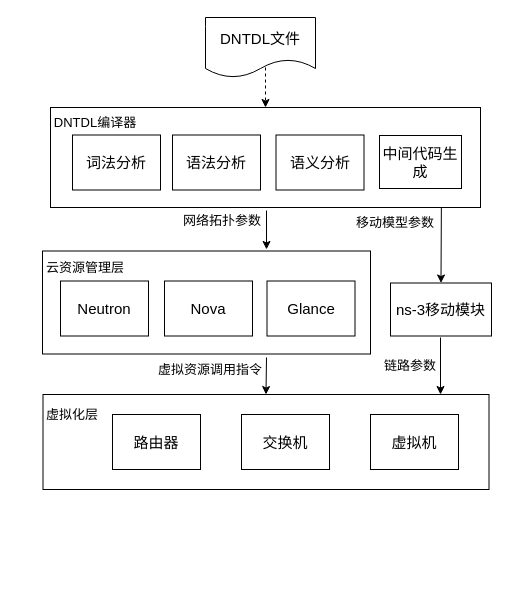
This is dntdl实现机制.drawio from Icarus1994/neutron_conf, a draw.io file, before an edit. Source tidied: cells renumbered, new cells numbered last; positions are measured from the earlier drawing's top-left corner, leaving out a move shared by most shapes. Both pictures are drawn from the tidied source at 100%, with x=0, y=0 at pixel (17, 17).
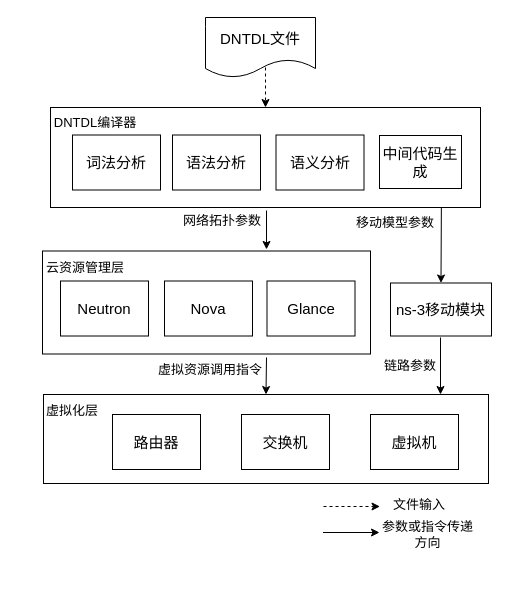
Above is the later version.

Diff of the diagram source:
```diff
@@
     <mxCell id="7" style="rounded=0;whiteSpace=wrap;html=1;" parent="1" vertex="1">
-      <mxGeometry x="25.5" y="377" width="446" height="95" as="geometry" />
+      <mxGeometry x="26" y="377" width="445" height="89" as="geometry" />
     </mxCell>
@@
     <mxCell id="25" value="&lt;font style=&quot;font-size: 13px&quot;&gt;虚拟化层&lt;/font&gt;" style="text;html=1;strokeColor=none;fillColor=none;align=center;verticalAlign=middle;whiteSpace=wrap;rounded=0;" parent="1" vertex="1">
-      <mxGeometry y="362" width="110" height="70" as="geometry" />
+      <mxGeometry y="358" width="110" height="70" as="geometry" />
     </mxCell>
@@
+    <mxCell id="30" style="endArrow=classic;html=1;dashed=1;" parent="1" edge="1">
+      <mxGeometry relative="1" as="geometry">
+        <mxPoint x="306" y="489" as="sourcePoint" />
+        <mxPoint x="362.5" y="489" as="targetPoint" />
+      </mxGeometry>
+    </mxCell>
+    <mxCell id="31" style="endArrow=classic;html=1;" parent="1" edge="1">
+      <mxGeometry relative="1" as="geometry">
+        <mxPoint x="305.5" y="515" as="sourcePoint" />
+        <mxPoint x="362" y="515" as="targetPoint" />
+      </mxGeometry>
+    </mxCell>
+    <mxCell id="32" value="&lt;font style=&quot;font-size: 13px&quot;&gt;文件输入&lt;/font&gt;" style="text;html=1;strokeColor=none;fillColor=none;align=center;verticalAlign=middle;whiteSpace=wrap;rounded=0;" parent="1" vertex="1">
+      <mxGeometry x="346.5" y="452" width="110" height="70" as="geometry" />
+    </mxCell>
+    <mxCell id="33" value="&lt;font style=&quot;font-size: 13px&quot;&gt;参数或指令传递方向&lt;/font&gt;" style="text;html=1;strokeColor=none;fillColor=none;align=center;verticalAlign=middle;whiteSpace=wrap;rounded=0;" parent="1" vertex="1">
+      <mxGeometry x="363" y="480" width="95" height="74" as="geometry" />
+    </mxCell>
```
